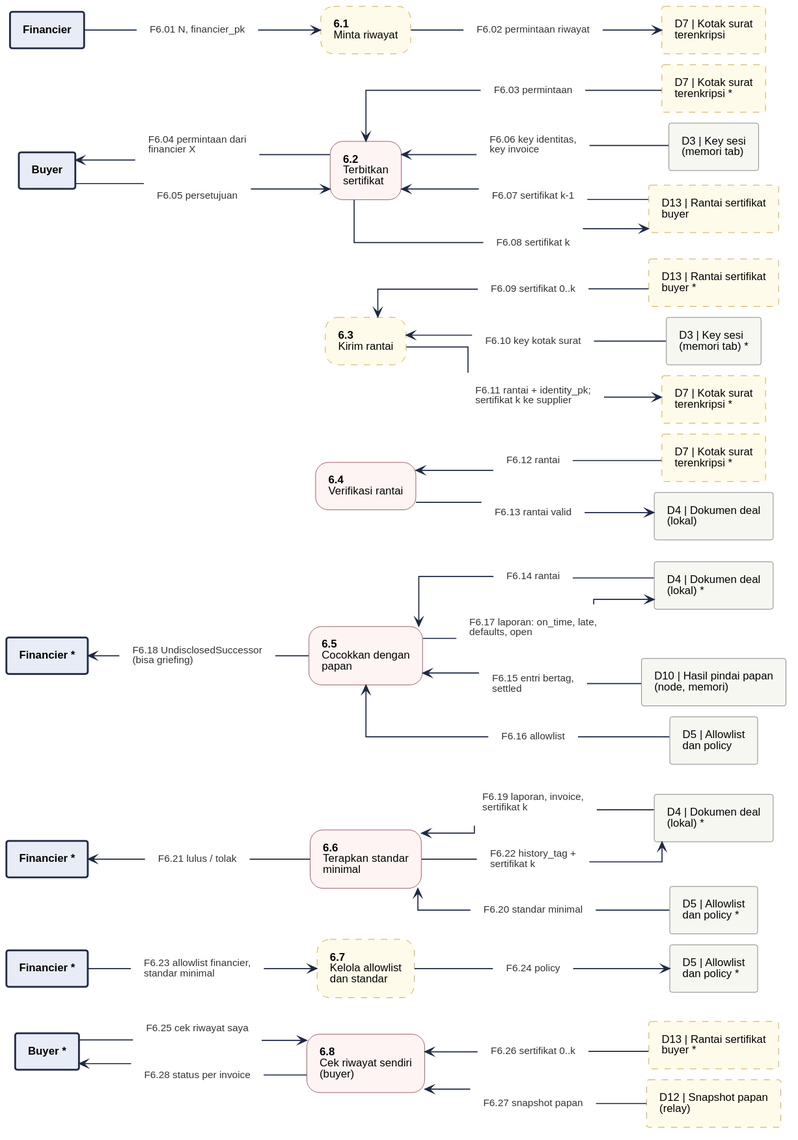
Before: 08-FlowDiagrams/assets/dfd-2-6.svg, a diagram exported from PlantUML (JitsuinFi/jitsuinfi-vault).
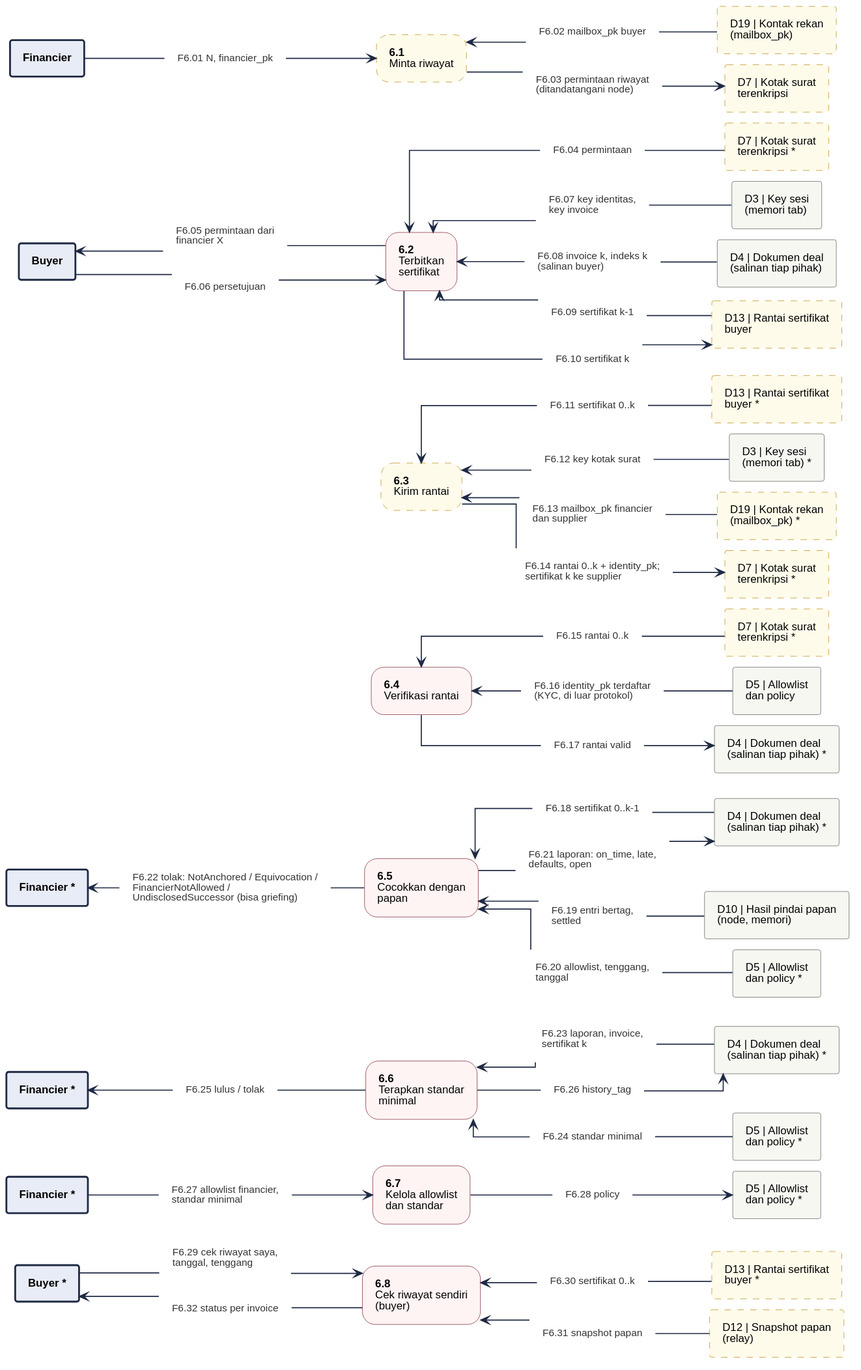
Above is the later version.

Change to the diagram source:
```diff
@@ -10,24 +10,28 @@
 rectangle "Financier *" <<entity>> as F_7
 rectangle "Financier *" <<entity>> as F_6
 rectangle "D5 | Allowlist\ndan policy *" <<store>> as D5_6
-rectangle "D4 | Dokumen deal\n(lokal) *" <<store>> as D4_6
+rectangle "D4 | Dokumen deal\n(salinan tiap pihak) *" <<store>> as D4_6
 rectangle "Financier *" <<entity>> as F_5
-rectangle "D5 | Allowlist\ndan policy" <<store>> as D5_5
+rectangle "D5 | Allowlist\ndan policy *" <<store>> as D5_5
 rectangle "D10 | Hasil pindai papan\n(node, memori)" <<store>> as D10_5
-rectangle "D4 | Dokumen deal\n(lokal) *" <<store>> as D4_5
-rectangle "D4 | Dokumen deal\n(lokal)" <<store>> as D4_4
+rectangle "D4 | Dokumen deal\n(salinan tiap pihak) *" <<store>> as D4_5
+rectangle "D4 | Dokumen deal\n(salinan tiap pihak) *" <<store>> as D4_4
+rectangle "D5 | Allowlist\ndan policy" <<store>> as D5_4
 rectangle "D7 | Kotak surat\nterenkripsi *" <<storeproposal>> as D7_4
 rectangle "D7 | Kotak surat\nterenkripsi *" <<storeproposal>> as D7_3
+rectangle "D19 | Kontak rekan\n(mailbox_pk) *" <<storeproposal>> as D19_3
 rectangle "D3 | Key sesi\n(memori tab) *" <<store>> as D3_3
 rectangle "D13 | Rantai sertifikat\nbuyer *" <<storeproposal>> as D13_3
 rectangle "D13 | Rantai sertifikat\nbuyer" <<storeproposal>> as D13_2
+rectangle "D4 | Dokumen deal\n(salinan tiap pihak)" <<store>> as D4_2
 rectangle "D3 | Key sesi\n(memori tab)" <<store>> as D3_2
 rectangle "Buyer" <<entity>> as B_2
 rectangle "D7 | Kotak surat\nterenkripsi *" <<storeproposal>> as D7_2
 rectangle "D7 | Kotak surat\nterenkripsi" <<storeproposal>> as D7_1
+rectangle "D19 | Kontak rekan\n(mailbox_pk)" <<storeproposal>> as D19_1
 rectangle "Financier" <<entity>> as F_1
 rectangle "**6.8**\nCek riwayat sendiri\n(buyer)" <<process>> as P8
-rectangle "**6.7**\nKelola allowlist\ndan standar" <<proposal>> as P7
+rectangle "**6.7**\nKelola allowlist\ndan standar" <<process>> as P7
 rectangle "**6.6**\nTerapkan standar\nminimal" <<process>> as P6
 rectangle "**6.5**\nCocokkan dengan\npapan" <<process>> as P5
 rectangle "**6.4**\nVerifikasi rantai" <<process>> as P4
@@ -35,89 +39,101 @@
 rectangle "**6.2**\nTerbitkan\nsertifikat" <<process>> as P2
 rectangle "**6.1**\nMinta riwayat" <<proposal>> as P1
 rectangle "F6.01 N, financier_pk" <<flow>> as f_F6_01
-rectangle "F6.02 permintaan riwayat" <<flow>> as f_F6_02
-rectangle "F6.03 permintaan" <<flow>> as f_F6_03
-rectangle "F6.04 permintaan dari\nfinancier X" <<flow>> as f_F6_04
-rectangle "F6.05 persetujuan" <<flow>> as f_F6_05
-rectangle "F6.06 key identitas,\nkey invoice" <<flow>> as f_F6_06
-rectangle "F6.07 sertifikat k-1" <<flow>> as f_F6_07
-rectangle "F6.08 sertifikat k" <<flow>> as f_F6_08
-rectangle "F6.09 sertifikat 0..k" <<flow>> as f_F6_09
-rectangle "F6.10 key kotak surat" <<flow>> as f_F6_10
-rectangle "F6.11 rantai + identity_pk;\nsertifikat k ke supplier" <<flow>> as f_F6_11
-rectangle "F6.12 rantai" <<flow>> as f_F6_12
-rectangle "F6.13 rantai valid" <<flow>> as f_F6_13
-rectangle "F6.14 rantai" <<flow>> as f_F6_14
-rectangle "F6.15 entri bertag,\nsettled" <<flow>> as f_F6_15
-rectangle "F6.16 allowlist" <<flow>> as f_F6_16
-rectangle "F6.17 laporan: on_time, late,\ndefaults, open" <<flow>> as f_F6_17
-rectangle "F6.18 UndisclosedSuccessor\n(bisa griefing)" <<flow>> as f_F6_18
-rectangle "F6.19 laporan, invoice,\nsertifikat k" <<flow>> as f_F6_19
-rectangle "F6.20 standar minimal" <<flow>> as f_F6_20
-rectangle "F6.21 lulus / tolak" <<flow>> as f_F6_21
-rectangle "F6.22 history_tag +\nsertifikat k" <<flow>> as f_F6_22
-rectangle "F6.23 allowlist financier,\nstandar minimal" <<flow>> as f_F6_23
-rectangle "F6.24 policy" <<flow>> as f_F6_24
-rectangle "F6.25 cek riwayat saya" <<flow>> as f_F6_25
-rectangle "F6.26 sertifikat 0..k" <<flow>> as f_F6_26
-rectangle "F6.27 snapshot papan" <<flow>> as f_F6_27
-rectangle "F6.28 status per invoice" <<flow>> as f_F6_28
+rectangle "F6.02 mailbox_pk buyer" <<flow>> as f_F6_02
+rectangle "F6.03 permintaan riwayat\n(ditandatangani node)" <<flow>> as f_F6_03
+rectangle "F6.04 permintaan" <<flow>> as f_F6_04
+rectangle "F6.05 permintaan dari\nfinancier X" <<flow>> as f_F6_05
+rectangle "F6.06 persetujuan" <<flow>> as f_F6_06
+rectangle "F6.07 key identitas,\nkey invoice" <<flow>> as f_F6_07
+rectangle "F6.08 invoice k, indeks k\n(salinan buyer)" <<flow>> as f_F6_08
+rectangle "F6.09 sertifikat k-1" <<flow>> as f_F6_09
+rectangle "F6.10 sertifikat k" <<flow>> as f_F6_10
+rectangle "F6.11 sertifikat 0..k" <<flow>> as f_F6_11
+rectangle "F6.12 key kotak surat" <<flow>> as f_F6_12
+rectangle "F6.13 mailbox_pk financier\ndan supplier" <<flow>> as f_F6_13
+rectangle "F6.14 rantai 0..k + identity_pk;\nsertifikat k ke supplier" <<flow>> as f_F6_14
+rectangle "F6.15 rantai 0..k" <<flow>> as f_F6_15
+rectangle "F6.16 identity_pk terdaftar\n(KYC, di luar protokol)" <<flow>> as f_F6_16
+rectangle "F6.17 rantai valid" <<flow>> as f_F6_17
+rectangle "F6.18 sertifikat 0..k-1" <<flow>> as f_F6_18
+rectangle "F6.19 entri bertag,\nsettled" <<flow>> as f_F6_19
+rectangle "F6.20 allowlist, tenggang,\ntanggal" <<flow>> as f_F6_20
+rectangle "F6.21 laporan: on_time, late,\ndefaults, open" <<flow>> as f_F6_21
+rectangle "F6.22 tolak: NotAnchored / Equivocation /\nFinancierNotAllowed /\nUndisclosedSuccessor (bisa griefing)" <<flow>> as f_F6_22
+rectangle "F6.23 laporan, invoice,\nsertifikat k" <<flow>> as f_F6_23
+rectangle "F6.24 standar minimal" <<flow>> as f_F6_24
+rectangle "F6.25 lulus / tolak" <<flow>> as f_F6_25
+rectangle "F6.26 history_tag" <<flow>> as f_F6_26
+rectangle "F6.27 allowlist financier,\nstandar minimal" <<flow>> as f_F6_27
+rectangle "F6.28 policy" <<flow>> as f_F6_28
+rectangle "F6.29 cek riwayat saya,\ntanggal, tenggang" <<flow>> as f_F6_29
+rectangle "F6.30 sertifikat 0..k" <<flow>> as f_F6_30
+rectangle "F6.31 snapshot papan" <<flow>> as f_F6_31
+rectangle "F6.32 status per invoice" <<flow>> as f_F6_32
 F_1 -- f_F6_01
 f_F6_01 --> P1
-P1 -- f_F6_02
-f_F6_02 --> D7_1
-P2 <-- f_F6_03
-f_F6_03 -- D7_2
-B_2 <-- f_F6_04
-f_F6_04 -- P2
-B_2 -- f_F6_05
-f_F6_05 --> P2
-P2 <-- f_F6_06
-f_F6_06 -- D3_2
+P1 <-- f_F6_02
+f_F6_02 -- D19_1
+P1 -- f_F6_03
+f_F6_03 --> D7_1
+P2 <-- f_F6_04
+f_F6_04 -- D7_2
+B_2 <-- f_F6_05
+f_F6_05 -- P2
+B_2 -- f_F6_06
+f_F6_06 --> P2
 P2 <-- f_F6_07
-f_F6_07 -- D13_2
-P2 -- f_F6_08
-f_F6_08 --> D13_2
-P3 <-- f_F6_09
-f_F6_09 -- D13_3
-P3 <-- f_F6_10
-f_F6_10 -- D3_3
-P3 -- f_F6_11
-f_F6_11 --> D7_3
-P4 <-- f_F6_12
-f_F6_12 -- D7_4
-P4 -- f_F6_13
-f_F6_13 --> D4_4
-P5 <-- f_F6_14
-f_F6_14 -- D4_5
-P5 <-- f_F6_15
-f_F6_15 -- D10_5
-P5 <-- f_F6_16
-f_F6_16 -- D5_5
-P5 -- f_F6_17
-f_F6_17 --> D4_5
-F_5 <-- f_F6_18
-f_F6_18 -- P5
-P6 <-- f_F6_19
-f_F6_19 -- D4_6
-P6 <-- f_F6_20
-f_F6_20 -- D5_6
-F_6 <-- f_F6_21
-f_F6_21 -- P6
-P6 -- f_F6_22
-f_F6_22 --> D4_6
-F_7 -- f_F6_23
-f_F6_23 --> P7
-P7 -- f_F6_24
-f_F6_24 --> D5_7
-B_8 -- f_F6_25
-f_F6_25 --> P8
-P8 <-- f_F6_26
-f_F6_26 -- D13_8
-P8 <-- f_F6_27
-f_F6_27 -- D12_8
-B_8 <-- f_F6_28
-f_F6_28 -- P8
+f_F6_07 -- D3_2
+P2 <-- f_F6_08
+f_F6_08 -- D4_2
+P2 <-- f_F6_09
+f_F6_09 -- D13_2
+P2 -- f_F6_10
+f_F6_10 --> D13_2
+P3 <-- f_F6_11
+f_F6_11 -- D13_3
+P3 <-- f_F6_12
+f_F6_12 -- D3_3
+P3 <-- f_F6_13
+f_F6_13 -- D19_3
+P3 -- f_F6_14
+f_F6_14 --> D7_3
+P4 <-- f_F6_15
+f_F6_15 -- D7_4
+P4 <-- f_F6_16
+f_F6_16 -- D5_4
+P4 -- f_F6_17
+f_F6_17 --> D4_4
+P5 <-- f_F6_18
+f_F6_18 -- D4_5
+P5 <-- f_F6_19
+f_F6_19 -- D10_5
+P5 <-- f_F6_20
+f_F6_20 -- D5_5
+P5 -- f_F6_21
+f_F6_21 --> D4_5
+F_5 <-- f_F6_22
+f_F6_22 -- P5
+P6 <-- f_F6_23
+f_F6_23 -- D4_6
+P6 <-- f_F6_24
+f_F6_24 -- D5_6
+F_6 <-- f_F6_25
+f_F6_25 -- P6
+P6 -- f_F6_26
+f_F6_26 --> D4_6
+F_7 -- f_F6_27
+f_F6_27 --> P7
+P7 -- f_F6_28
+f_F6_28 --> D5_7
+B_8 -- f_F6_29
+f_F6_29 --> P8
+P8 <-- f_F6_30
+f_F6_30 -- D13_8
+P8 <-- f_F6_31
+f_F6_31 -- D12_8
+B_8 <-- f_F6_32
+f_F6_32 -- P8
 rectangle " " <<spacer>> as sp_P3_a
 rectangle " " <<spacer>> as sp_P3_b
 sp_P3_a -[hidden]- sp_P3_b
```
